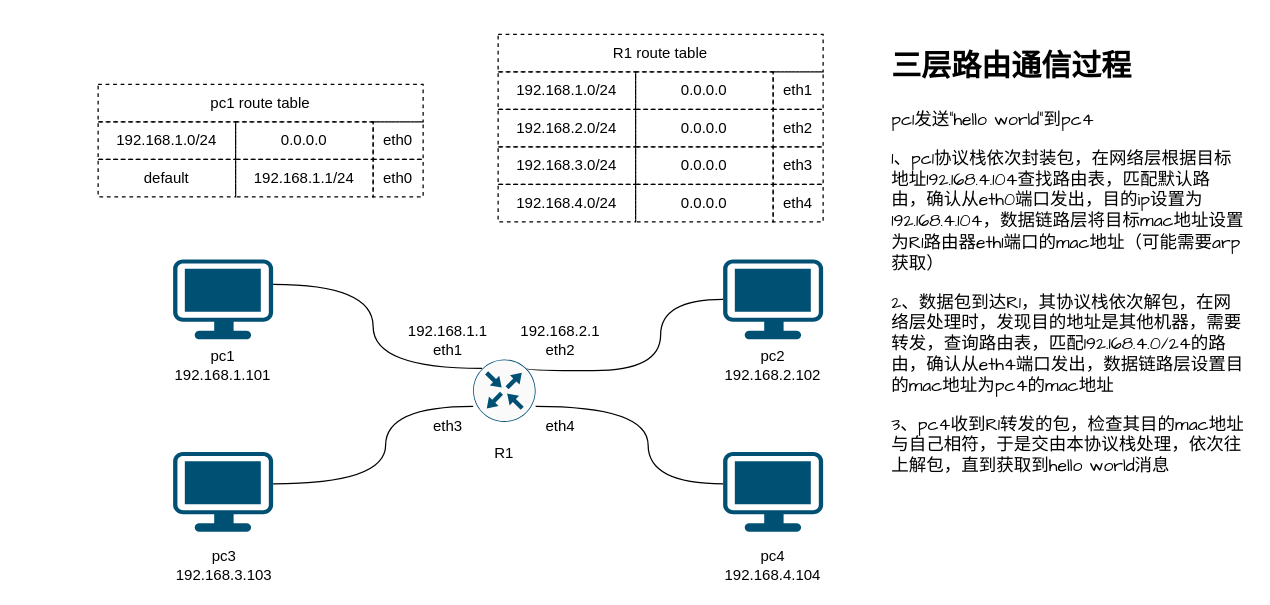
This is page "route-principle" (5 of 12) of network_trainning.drawio from garryfan2013/network_trainning, a draw.io file, before an edit. Source tidied: cells renumbered, new cells numbered last; positions are measured from the earlier drawing's top-left corner, leaving out a move shared by most shapes. Both pictures are drawn from the tidied source at 125%, with x=0, y=0 at pixel (98, 34).
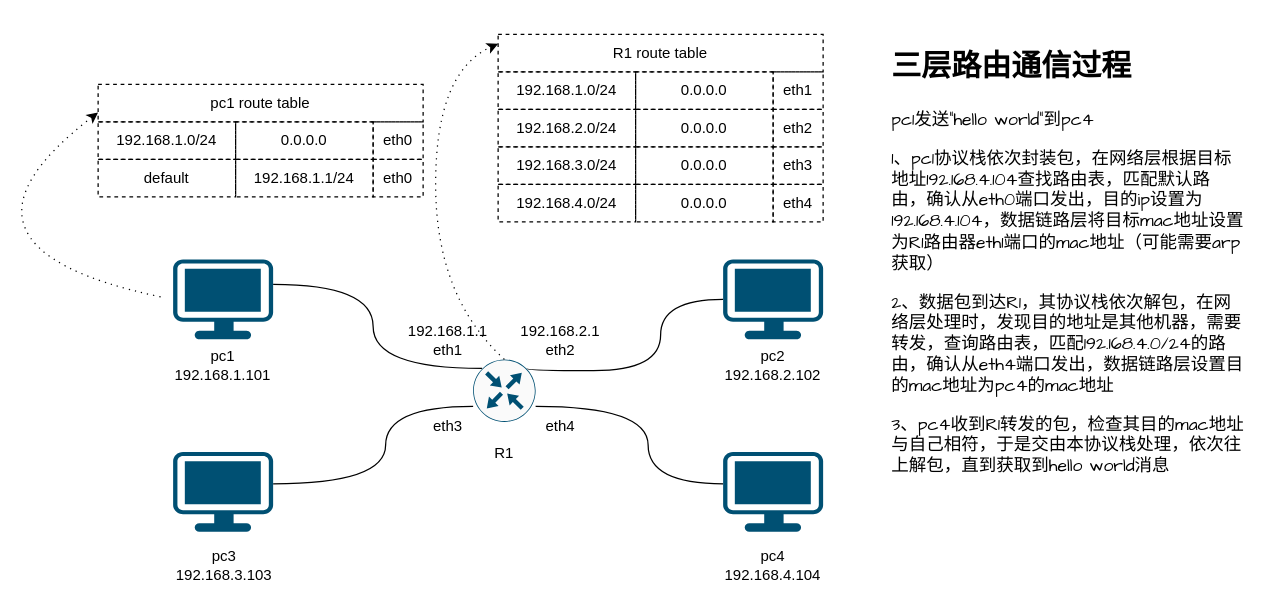
After the change.

The change refers to these unchanged cells:
```xml
<mxCell id="10" value="R1 route table" style="rounded=0;whiteSpace=wrap;html=1;dashed=1;strokeColor=default;fillColor=none;" parent="1" vertex="1">
  <mxGeometry x="320" width="260" height="30" as="geometry" />
</mxCell>
<mxCell id="28" style="sketch=0;points=[[0.5,0,0],[1,0.5,0],[0.5,1,0],[0,0.5,0],[0.145,0.145,0],[0.8555,0.145,0],[0.855,0.8555,0],[0.145,0.855,0]];verticalLabelPosition=bottom;html=1;verticalAlign=top;align=center;shape=mxgraph.cisco19.rect;prIcon=router;fillColor=#FAFAFA;strokeColor=#005073;fontColor=#0000FF;" parent="1" vertex="1">
  <mxGeometry x="300" y="260" width="50" height="50" as="geometry" />
</mxCell>
<mxCell id="30" value="pc1 route table" style="rounded=0;whiteSpace=wrap;html=1;dashed=1;strokeColor=default;fillColor=none;" parent="29" vertex="1">
  <mxGeometry width="260" height="30" as="geometry" />
</mxCell>
```

The edit, as a diff of the source:
```diff
@@
+    <mxCell id="42" style="endArrow=classic;html=1;rounded=0;curved=1;entryX=0;entryY=0.75;entryDx=0;entryDy=0;dashed=1;dashPattern=1 4;" parent="1" edge="1" target="30">
+      <mxGeometry relative="1" as="geometry">
+        <mxPoint x="50" y="210" as="sourcePoint" />
+        <Array as="points">
+          <mxPoint x="-140" y="170" />
+        </Array>
+      </mxGeometry>
+    </mxCell>
+    <mxCell id="43" style="endArrow=classic;html=1;rounded=0;curved=1;dashed=1;dashPattern=1 4;entryX=0;entryY=0.25;entryDx=0;entryDy=0;exitX=0.5;exitY=0;exitDx=0;exitDy=0;exitPerimeter=0;" parent="1" edge="1" source="28" target="10">
+      <mxGeometry relative="1" as="geometry">
+        <Array as="points">
+          <mxPoint x="270" y="210" />
+          <mxPoint x="270" y="30" />
+        </Array>
+      </mxGeometry>
+    </mxCell>
```
